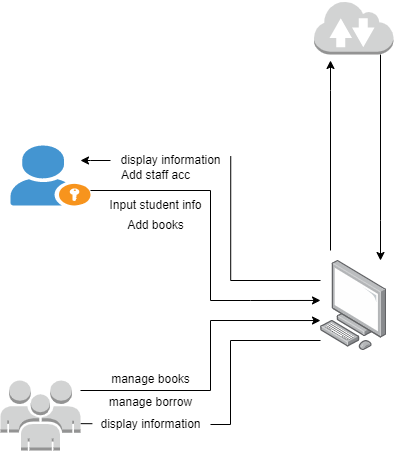
The draw.io diagram operational_f.png in Jayrou12345/Flowchart, before a commit. Source tidied: cells renumbered, new cells last; positions are measured from the earlier drawing's top-left corner, leaving out a move shared by most shapes.
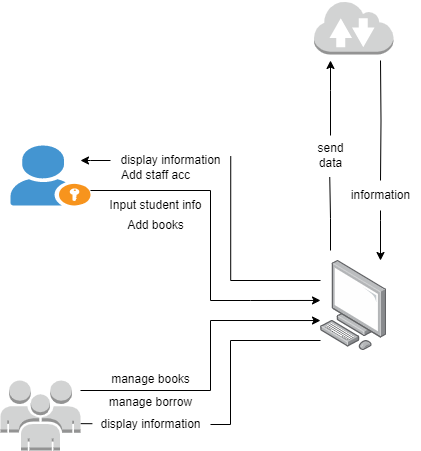
After the commit.

The edit, as a diff of the source:
```diff
@@ -36,16 +36,22 @@
         <mxPoint x="80" y="160" as="targetPoint" />
       </mxGeometry>
     </mxCell>
-    <mxCell id="8" style="edgeStyle=orthogonalEdgeStyle;rounded=0;orthogonalLoop=1;jettySize=auto;html=1;" parent="1" edge="1">
+    <mxCell id="8" style="edgeStyle=orthogonalEdgeStyle;rounded=0;jettySize=auto;html=1;" parent="1" edge="1" source="22">
       <mxGeometry relative="1" as="geometry">
-        <mxPoint x="330" y="250" as="sourcePoint" />
         <mxPoint x="330" y="60" as="targetPoint" />
         <Array as="points">
-          <mxPoint x="330" y="90" />
           <mxPoint x="330" y="90" />
         </Array>
       </mxGeometry>
     </mxCell>
+    <mxCell id="21" style="edgeStyle=orthogonalEdgeStyle;rounded=0;jettySize=auto;html=1;entryX=0.485;entryY=1.041;entryDx=0;entryDy=0;entryPerimeter=0;endArrow=none;endFill=0;" parent="1" edge="1" target="22">
+      <mxGeometry relative="1" as="geometry">
+        <mxPoint x="330" y="250" as="sourcePoint" />
+        <Array as="points">
+          <mxPoint x="330" y="218" />
+        </Array>
+      </mxGeometry>
+    </mxCell>
     <mxCell id="9" style="image;points=[];html=1;align=center;shadow=0;dashed=0;image=img/lib/allied_telesis/computer_and_terminals/Personal_Computer.svg;backgroundOutline=0;" parent="1" vertex="1">
       <mxGeometry x="320" y="260" width="66.4" height="90" as="geometry" />
     </mxCell>
@@ -85,7 +91,7 @@
     <mxCell id="18" value="display information" style="text;html=1;align=center;verticalAlign=middle;points=[];strokeColor=none;fillColor=none;" parent="1" vertex="1">
       <mxGeometry x="90" y="409" width="120" height="30" as="geometry" />
     </mxCell>
-    <mxCell id="19" style="edgeStyle=orthogonalEdgeStyle;rounded=0;jettySize=auto;html=1;" parent="1" edge="1" source="20" target="9">
+    <mxCell id="19" style="edgeStyle=orthogonalEdgeStyle;rounded=0;jettySize=auto;html=1;" parent="1" edge="1" source="24" target="9">
       <mxGeometry relative="1" as="geometry">
         <Array as="points">
           <mxPoint x="380" y="220" />
@@ -96,5 +102,16 @@
     <mxCell id="20" style="outlineConnect=0;dashed=0;verticalLabelPosition=bottom;verticalAlign=top;align=center;html=1;shape=mxgraph.aws3.internet_2;fillColor=#D2D3D3;gradientColor=none;" parent="1" vertex="1">
       <mxGeometry x="313.4" width="79.5" height="54" as="geometry" />
     </mxCell>
+    <mxCell id="22" value="send&lt;br&gt;data" style="text;html=1;align=center;verticalAlign=middle;points=[];strokeColor=none;fillColor=none;" parent="1" vertex="1">
+      <mxGeometry x="305" y="135" width="50" height="40" as="geometry" />
+    </mxCell>
+    <mxCell id="23" style="edgeStyle=orthogonalEdgeStyle;rounded=0;jettySize=auto;html=1;endArrow=none;endFill=0;" parent="1" edge="1" target="24">
+      <mxGeometry relative="1" as="geometry">
+        <mxPoint x="380" y="60" as="sourcePoint" />
+      </mxGeometry>
+    </mxCell>
+    <mxCell id="24" value="information" style="text;html=1;align=center;verticalAlign=middle;points=[];strokeColor=none;fillColor=none;" parent="1" vertex="1">
+      <mxGeometry x="340" y="180" width="80" height="30" as="geometry" />
+    </mxCell>
   </root>
 </mxGraphModel>
```
